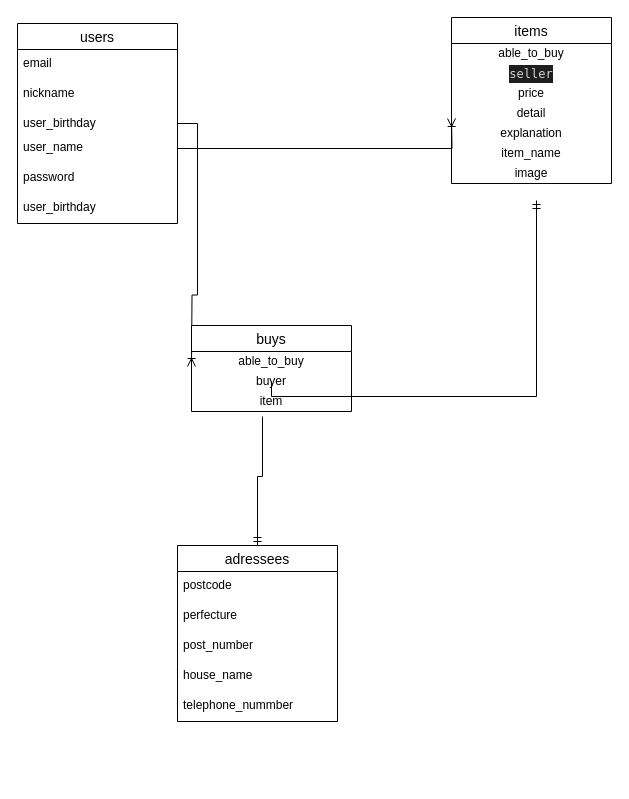
zhuang-ced/frima-29643 keeps this draw.io diagram as furima-29643.dio. Above is the earlier version. Source tidied: cells renumbered, new cells numbered last; positions are measured from the earlier drawing's top-left corner, leaving out a move shared by most shapes. Both pictures are drawn from the tidied source at 100%, with x=0, y=0 at pixel (17, 17).
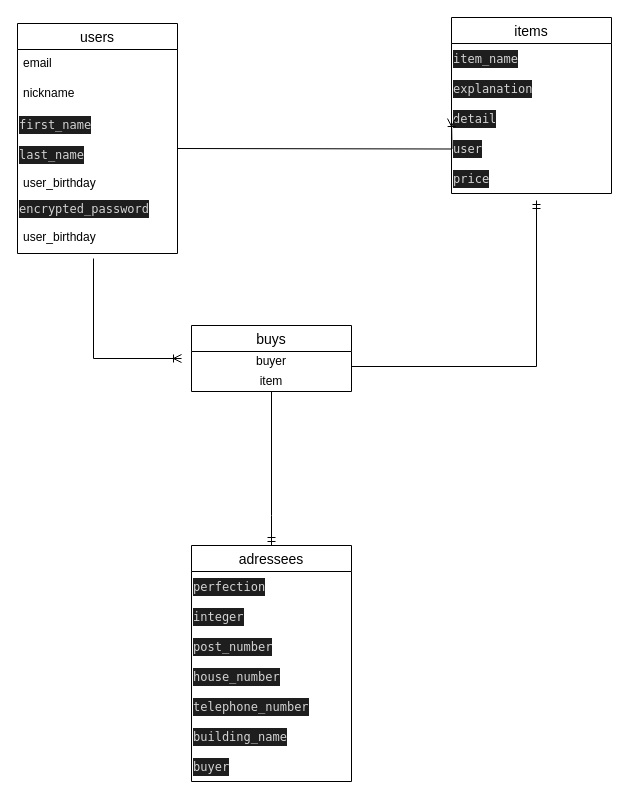
The same diagram, later.

Commit message (it also covers changes not shown here):
コードレビューで指摘された箇所の修正

Diff of the diagram source:
```diff
@@
-    <mxCell id="2" style="edgeStyle=orthogonalEdgeStyle;rounded=0;jettySize=auto;html=1;entryX=0;entryY=0.5;entryDx=0;entryDy=0;endArrow=ERoneToMany;endFill=0;" parent="1" edge="1" source="3">
+    <mxCell id="2" style="edgeStyle=orthogonalEdgeStyle;rounded=0;jettySize=auto;html=1;endArrow=ERoneToMany;endFill=0;exitX=0.475;exitY=1.167;exitDx=0;exitDy=0;exitPerimeter=0;" parent="1" edge="1" source="9">
       <mxGeometry relative="1" as="geometry">
-        <mxPoint x="174" y="349" as="targetPoint" />
+        <mxPoint x="164" y="341" as="targetPoint" />
+        <Array as="points">
+          <mxPoint x="76" y="341" />
+        </Array>
       </mxGeometry>
     </mxCell>
     <mxCell id="3" value="users" style="swimlane;fontStyle=0;horizontal=1;startSize=26;align=center;fontSize=14;" parent="1" vertex="1">
-      <mxGeometry y="6" width="160" height="200" as="geometry" />
+      <mxGeometry y="6" width="160" height="230" as="geometry" />
     </mxCell>
@@
+    <mxCell id="31" value="&lt;div style=&quot;color: rgb(212, 212, 212); background-color: rgb(30, 30, 30); font-family: menlo, monaco, &amp;quot;courier new&amp;quot;, monospace; font-weight: normal; font-size: 12px; line-height: 18px;&quot;&gt;&lt;div&gt;&lt;span style=&quot;color: #d4d4d4&quot;&gt;first_name&lt;/span&gt;&lt;/div&gt;&lt;/div&gt;" style="text;whiteSpace=wrap;html=1;" parent="3" vertex="1">
+      <mxGeometry y="86" width="160" height="30" as="geometry" />
+    </mxCell>
+    <mxCell id="32" value="&lt;div style=&quot;color: rgb(212, 212, 212); background-color: rgb(30, 30, 30); font-family: menlo, monaco, &amp;quot;courier new&amp;quot;, monospace; font-weight: normal; font-size: 12px; line-height: 18px;&quot;&gt;&lt;div&gt;&lt;span style=&quot;color: #d4d4d4&quot;&gt;last_name&lt;/span&gt;&lt;/div&gt;&lt;/div&gt;" style="text;whiteSpace=wrap;html=1;" parent="3" vertex="1">
+      <mxGeometry y="116" width="160" height="30" as="geometry" />
+    </mxCell>
     <mxCell id="6" value="user_birthday" style="text;strokeColor=none;fillColor=none;spacingLeft=4;spacingRight=4;overflow=hidden;fontSize=12;" parent="3" vertex="1">
-      <mxGeometry y="86" width="160" height="24" as="geometry" />
+      <mxGeometry y="146" width="160" height="24" as="geometry" />
     </mxCell>
-    <mxCell id="7" value="user_name" style="text;strokeColor=none;fillColor=none;spacingLeft=4;spacingRight=4;overflow=hidden;points=[[0,0.5],[1,0.5]];portConstraint=eastwest;fontSize=12;" parent="3" vertex="1">
-      <mxGeometry y="110" width="160" height="30" as="geometry" />
-    </mxCell>
-    <mxCell id="8" value="password" style="text;strokeColor=none;fillColor=none;spacingLeft=4;spacingRight=4;overflow=hidden;fontSize=12;" parent="3" vertex="1">
-      <mxGeometry y="140" width="160" height="30" as="geometry" />
-    </mxCell>
+    <mxCell id="33" value="&lt;div style=&quot;color: rgb(212, 212, 212); background-color: rgb(30, 30, 30); font-family: menlo, monaco, &amp;quot;courier new&amp;quot;, monospace; font-weight: normal; font-size: 12px; line-height: 18px;&quot;&gt;&lt;div&gt;&lt;span style=&quot;color: #d4d4d4&quot;&gt;encrypted_password&lt;/span&gt;&lt;/div&gt;&lt;/div&gt;" style="text;whiteSpace=wrap;html=1;" parent="3" vertex="1">
+      <mxGeometry y="170" width="160" height="30" as="geometry" />
+    </mxCell>
     <mxCell id="9" value="user_birthday" style="text;strokeColor=none;fillColor=none;spacingLeft=4;spacingRight=4;overflow=hidden;points=[[0,0.5],[1,0.5]];portConstraint=eastwest;fontSize=12;" parent="3" vertex="1">
-      <mxGeometry y="170" width="160" height="30" as="geometry" />
+      <mxGeometry y="200" width="160" height="30" as="geometry" />
     </mxCell>
     <mxCell id="10" value="items" style="swimlane;fontStyle=0;horizontal=1;startSize=26;align=center;fontSize=14;" parent="1" vertex="1">
-      <mxGeometry x="434" width="160" height="166" as="geometry" />
+      <mxGeometry x="434" width="160" height="176" as="geometry" />
     </mxCell>
-    <mxCell id="11" value="able_to_buy" style="text;html=1;strokeColor=none;fillColor=none;align=center;verticalAlign=middle;whiteSpace=wrap;rounded=0;" parent="10" vertex="1">
-      <mxGeometry y="26" width="160" height="20" as="geometry" />
-    </mxCell>
-    <mxCell id="12" value="&lt;div style=&quot;color: rgb(212, 212, 212); background-color: rgb(30, 30, 30); font-family: menlo, monaco, &amp;quot;courier new&amp;quot;, monospace; font-weight: normal; font-size: 12px; line-height: 18px;&quot;&gt;&lt;div&gt;&lt;span style=&quot;color: #d4d4d4&quot;&gt;seller&lt;/span&gt;&lt;/div&gt;&lt;/div&gt;" style="text;html=1;strokeColor=none;fillColor=none;align=center;verticalAlign=middle;whiteSpace=wrap;rounded=0;" parent="10" vertex="1">
-      <mxGeometry y="46" width="160" height="20" as="geometry" />
-    </mxCell>
+    <mxCell id="16" value="&lt;div style=&quot;color: rgb(212, 212, 212); background-color: rgb(30, 30, 30); font-family: menlo, monaco, &amp;quot;courier new&amp;quot;, monospace; font-weight: normal; font-size: 12px; line-height: 18px;&quot;&gt;&lt;div&gt;&lt;span style=&quot;color: #d4d4d4&quot;&gt;item_name&lt;/span&gt;&lt;/div&gt;&lt;/div&gt;" style="text;whiteSpace=wrap;html=1;" parent="10" vertex="1">
+      <mxGeometry y="26" width="160" height="30" as="geometry" />
+    </mxCell>
+    <mxCell id="15" value="&lt;div style=&quot;color: rgb(212, 212, 212); background-color: rgb(30, 30, 30); font-family: menlo, monaco, &amp;quot;courier new&amp;quot;, monospace; font-weight: normal; font-size: 12px; line-height: 18px;&quot;&gt;&lt;div&gt;&lt;span style=&quot;color: #d4d4d4&quot;&gt;explanation&lt;/span&gt;&lt;/div&gt;&lt;/div&gt;" style="text;whiteSpace=wrap;html=1;" parent="10" vertex="1">
+      <mxGeometry y="56" width="160" height="30" as="geometry" />
+    </mxCell>
+    <mxCell id="14" value="&lt;div style=&quot;color: rgb(212, 212, 212); background-color: rgb(30, 30, 30); font-family: menlo, monaco, &amp;quot;courier new&amp;quot;, monospace; font-weight: normal; font-size: 12px; line-height: 18px;&quot;&gt;&lt;div&gt;&lt;span style=&quot;color: #d4d4d4&quot;&gt;detail&lt;/span&gt;&lt;/div&gt;&lt;/div&gt;" style="text;whiteSpace=wrap;html=1;" parent="10" vertex="1">
+      <mxGeometry y="86" width="160" height="30" as="geometry" />
+    </mxCell>
+    <mxCell id="34" value="&lt;div style=&quot;color: rgb(212, 212, 212); background-color: rgb(30, 30, 30); font-family: menlo, monaco, &amp;quot;courier new&amp;quot;, monospace; font-weight: normal; font-size: 12px; line-height: 18px;&quot;&gt;&lt;div&gt;&lt;span style=&quot;color: #d4d4d4&quot;&gt;user&lt;/span&gt;&lt;/div&gt;&lt;/div&gt;" style="text;whiteSpace=wrap;html=1;" parent="10" vertex="1">
+      <mxGeometry y="116" width="160" height="30" as="geometry" />
+    </mxCell>
-    <mxCell id="13" value="price" style="text;html=1;strokeColor=none;fillColor=none;align=center;verticalAlign=middle;whiteSpace=wrap;rounded=0;" parent="10" vertex="1">
-      <mxGeometry y="66" width="160" height="20" as="geometry" />
+    <mxCell id="13" value="&lt;div style=&quot;color: rgb(212, 212, 212); background-color: rgb(30, 30, 30); font-family: menlo, monaco, &amp;quot;courier new&amp;quot;, monospace; font-weight: normal; font-size: 12px; line-height: 18px;&quot;&gt;&lt;div&gt;&lt;span style=&quot;color: #d4d4d4&quot;&gt;price&lt;/span&gt;&lt;/div&gt;&lt;/div&gt;" style="text;whiteSpace=wrap;html=1;" parent="10" vertex="1">
+      <mxGeometry y="146" width="160" height="30" as="geometry" />
     </mxCell>
-    <mxCell id="14" value="detail" style="text;html=1;strokeColor=none;fillColor=none;align=center;verticalAlign=middle;whiteSpace=wrap;rounded=0;" parent="10" vertex="1">
-      <mxGeometry y="86" width="160" height="20" as="geometry" />
-    </mxCell>
-    <mxCell id="15" value="explanation" style="text;html=1;strokeColor=none;fillColor=none;align=center;verticalAlign=middle;whiteSpace=wrap;rounded=0;" parent="10" vertex="1">
-      <mxGeometry y="106" width="160" height="20" as="geometry" />
-    </mxCell>
-    <mxCell id="16" value="item_name" style="text;html=1;strokeColor=none;fillColor=none;align=center;verticalAlign=middle;whiteSpace=wrap;rounded=0;" parent="10" vertex="1">
-      <mxGeometry y="126" width="160" height="20" as="geometry" />
-    </mxCell>
-    <mxCell id="17" value="image" style="text;html=1;strokeColor=none;fillColor=none;align=center;verticalAlign=middle;whiteSpace=wrap;rounded=0;" parent="10" vertex="1">
-      <mxGeometry y="146" width="160" height="20" as="geometry" />
-    </mxCell>
-    <mxCell id="18" style="edgeStyle=orthogonalEdgeStyle;rounded=0;jettySize=auto;html=1;endArrow=ERmandOne;endFill=0;exitX=0.444;exitY=1.167;exitDx=0;exitDy=0;exitPerimeter=0;entryX=0.5;entryY=0;entryDx=0;entryDy=0;" parent="1" edge="1" target="23">
+    <mxCell id="18" style="edgeStyle=orthogonalEdgeStyle;rounded=0;jettySize=auto;html=1;endArrow=ERmandOne;endFill=0;exitX=0.5;exitY=1;exitDx=0;exitDy=0;entryX=0.5;entryY=0;entryDx=0;entryDy=0;" parent="1" edge="1" source="22" target="23">
       <mxGeometry relative="1" as="geometry">
-        <mxPoint x="245" y="399" as="sourcePoint" />
         <Array as="points">
-          <mxPoint x="240" y="459" />
+          <mxPoint x="254" y="498" />
+          <mxPoint x="254" y="498" />
         </Array>
       </mxGeometry>
     </mxCell>
     <mxCell id="19" value="buys" style="swimlane;fontStyle=0;horizontal=1;startSize=26;align=center;fontSize=14;" parent="1" vertex="1">
-      <mxGeometry x="174" y="308" width="160" height="86" as="geometry" />
+      <mxGeometry x="174" y="308" width="160" height="66" as="geometry" />
     </mxCell>
-    <mxCell id="20" value="able_to_buy" style="text;html=1;strokeColor=none;fillColor=none;align=center;verticalAlign=middle;whiteSpace=wrap;rounded=0;" parent="19" vertex="1">
-      <mxGeometry y="26" width="160" height="20" as="geometry" />
-    </mxCell>
     <mxCell id="21" value="buyer" style="text;html=1;strokeColor=none;fillColor=none;align=center;verticalAlign=middle;whiteSpace=wrap;rounded=0;" parent="19" vertex="1">
-      <mxGeometry y="46" width="160" height="20" as="geometry" />
+      <mxGeometry y="26" width="160" height="20" as="geometry" />
     </mxCell>
     <mxCell id="22" value="item" style="text;html=1;strokeColor=none;fillColor=none;align=center;verticalAlign=middle;whiteSpace=wrap;rounded=0;" parent="19" vertex="1">
-      <mxGeometry y="66" width="160" height="20" as="geometry" />
+      <mxGeometry y="46" width="160" height="20" as="geometry" />
     </mxCell>
     <mxCell id="23" value="adressees" style="swimlane;fontStyle=0;horizontal=1;startSize=26;align=center;fontSize=14;" parent="1" vertex="1">
-      <mxGeometry x="160" y="528" width="160" height="176" as="geometry" />
+      <mxGeometry x="174" y="528" width="160" height="236" as="geometry" />
     </mxCell>
-    <mxCell id="24" value="postcode" style="text;strokeColor=none;fillColor=none;spacingLeft=4;spacingRight=4;overflow=hidden;fontSize=12;" parent="23" vertex="1">
-      <mxGeometry y="26" width="160" height="30" as="geometry" />
-    </mxCell>
-    <mxCell id="25" value="perfecture" style="text;strokeColor=none;fillColor=none;spacingLeft=4;spacingRight=4;overflow=hidden;fontSize=12;" parent="23" vertex="1">
-      <mxGeometry y="56" width="160" height="30" as="geometry" />
-    </mxCell>
+    <mxCell id="35" value="&lt;div style=&quot;color: rgb(212, 212, 212); background-color: rgb(30, 30, 30); font-family: menlo, monaco, &amp;quot;courier new&amp;quot;, monospace; font-weight: normal; font-size: 12px; line-height: 18px;&quot;&gt;&lt;div&gt;&lt;span style=&quot;color: #d4d4d4&quot;&gt;perfection &lt;/span&gt;&lt;/div&gt;&lt;/div&gt;" style="text;whiteSpace=wrap;html=1;" parent="23" vertex="1">
+      <mxGeometry y="26" width="160" height="30" as="geometry" />
+    </mxCell>
+    <mxCell id="36" value="&lt;div style=&quot;color: rgb(212, 212, 212); background-color: rgb(30, 30, 30); font-family: menlo, monaco, &amp;quot;courier new&amp;quot;, monospace; font-weight: normal; font-size: 12px; line-height: 18px;&quot;&gt;&lt;div&gt;&lt;span style=&quot;color: #d4d4d4&quot;&gt;integer&lt;/span&gt;&lt;/div&gt;&lt;/div&gt;" style="text;whiteSpace=wrap;html=1;" parent="23" vertex="1">
+      <mxGeometry y="56" width="160" height="30" as="geometry" />
+    </mxCell>
-    <mxCell id="26" value="post_number" style="text;strokeColor=none;fillColor=none;spacingLeft=4;spacingRight=4;overflow=hidden;fontSize=12;" parent="23" vertex="1">
+    <mxCell id="26" value="&lt;div style=&quot;color: rgb(212, 212, 212); background-color: rgb(30, 30, 30); font-family: menlo, monaco, &amp;quot;courier new&amp;quot;, monospace; font-weight: normal; font-size: 12px; line-height: 18px;&quot;&gt;&lt;div&gt;&lt;span style=&quot;color: #d4d4d4&quot;&gt;post_number&lt;/span&gt;&lt;/div&gt;&lt;/div&gt;" style="text;whiteSpace=wrap;html=1;" parent="23" vertex="1">
       <mxGeometry y="86" width="160" height="30" as="geometry" />
     </mxCell>
-    <mxCell id="27" value="house_name" style="text;strokeColor=none;fillColor=none;spacingLeft=4;spacingRight=4;overflow=hidden;fontSize=12;" parent="23" vertex="1">
-      <mxGeometry y="116" width="160" height="30" as="geometry" />
-    </mxCell>
-    <mxCell id="28" value="telephone_nummber" style="text;strokeColor=none;fillColor=none;spacingLeft=4;spacingRight=4;overflow=hidden;fontSize=12;" parent="23" vertex="1">
-      <mxGeometry y="146" width="160" height="30" as="geometry" />
-    </mxCell>
+    <mxCell id="37" value="&lt;div style=&quot;color: rgb(212, 212, 212); background-color: rgb(30, 30, 30); font-family: menlo, monaco, &amp;quot;courier new&amp;quot;, monospace; font-weight: normal; font-size: 12px; line-height: 18px;&quot;&gt;&lt;div&gt;&lt;span style=&quot;color: #d4d4d4&quot;&gt;house_number&lt;/span&gt;&lt;/div&gt;&lt;/div&gt;" style="text;whiteSpace=wrap;html=1;" parent="23" vertex="1">
+      <mxGeometry y="116" width="160" height="30" as="geometry" />
+    </mxCell>
+    <mxCell id="38" value="&lt;div style=&quot;color: rgb(212, 212, 212); background-color: rgb(30, 30, 30); font-family: menlo, monaco, &amp;quot;courier new&amp;quot;, monospace; font-weight: normal; font-size: 12px; line-height: 18px;&quot;&gt;&lt;div&gt;&lt;span style=&quot;color: #d4d4d4&quot;&gt;telephone_number&lt;/span&gt;&lt;/div&gt;&lt;/div&gt;" style="text;whiteSpace=wrap;html=1;" parent="23" vertex="1">
+      <mxGeometry y="146" width="160" height="30" as="geometry" />
+    </mxCell>
+    <mxCell id="39" value="&lt;div style=&quot;color: rgb(212, 212, 212); background-color: rgb(30, 30, 30); font-family: menlo, monaco, &amp;quot;courier new&amp;quot;, monospace; font-weight: normal; font-size: 12px; line-height: 18px;&quot;&gt;&lt;div&gt;&lt;span style=&quot;color: #d4d4d4&quot;&gt;building_name&lt;/span&gt;&lt;/div&gt;&lt;/div&gt;" style="text;whiteSpace=wrap;html=1;" parent="23" vertex="1">
+      <mxGeometry y="176" width="160" height="30" as="geometry" />
+    </mxCell>
+    <mxCell id="40" value="&lt;div style=&quot;color: rgb(212, 212, 212); background-color: rgb(30, 30, 30); font-family: menlo, monaco, &amp;quot;courier new&amp;quot;, monospace; font-weight: normal; font-size: 12px; line-height: 18px;&quot;&gt;&lt;div&gt;&lt;span style=&quot;color: #d4d4d4&quot;&gt;buyer&lt;/span&gt;&lt;/div&gt;&lt;/div&gt;" style="text;whiteSpace=wrap;html=1;" parent="23" vertex="1">
+      <mxGeometry y="206" width="160" height="30" as="geometry" />
+    </mxCell>
-    <mxCell id="29" style="edgeStyle=orthogonalEdgeStyle;rounded=0;jettySize=auto;html=1;entryX=0;entryY=0.5;entryDx=0;entryDy=0;endArrow=ERoneToMany;endFill=0;" parent="1" edge="1" source="7">
+    <mxCell id="29" style="edgeStyle=orthogonalEdgeStyle;rounded=0;orthogonalLoop=1;jettySize=auto;html=1;entryX=0;entryY=0.5;entryDx=0;entryDy=0;endArrow=ERoneToMany;endFill=0;" parent="1" edge="1">
       <mxGeometry relative="1" as="geometry">
+        <mxPoint x="160" y="131" as="sourcePoint" />
         <mxPoint x="434" y="101" as="targetPoint" />
       </mxGeometry>
     </mxCell>
-    <mxCell id="30" style="edgeStyle=orthogonalEdgeStyle;rounded=0;orthogonalLoop=1;jettySize=auto;html=1;entryX=0.531;entryY=1.088;entryDx=0;entryDy=0;entryPerimeter=0;endArrow=ERmandOne;endFill=0;" parent="1" edge="1">
+    <mxCell id="30" style="edgeStyle=orthogonalEdgeStyle;rounded=0;jettySize=auto;html=1;entryX=0.531;entryY=1.088;entryDx=0;entryDy=0;entryPerimeter=0;endArrow=ERmandOne;endFill=0;exitX=1;exitY=0.75;exitDx=0;exitDy=0;" parent="1" edge="1" source="21">
       <mxGeometry relative="1" as="geometry">
-        <mxPoint x="254" y="364" as="sourcePoint" />
         <mxPoint x="519" y="183" as="targetPoint" />
         <Array as="points">
-          <mxPoint x="519" y="379" />
+          <mxPoint x="519" y="349" />
         </Array>
       </mxGeometry>
     </mxCell>
```
